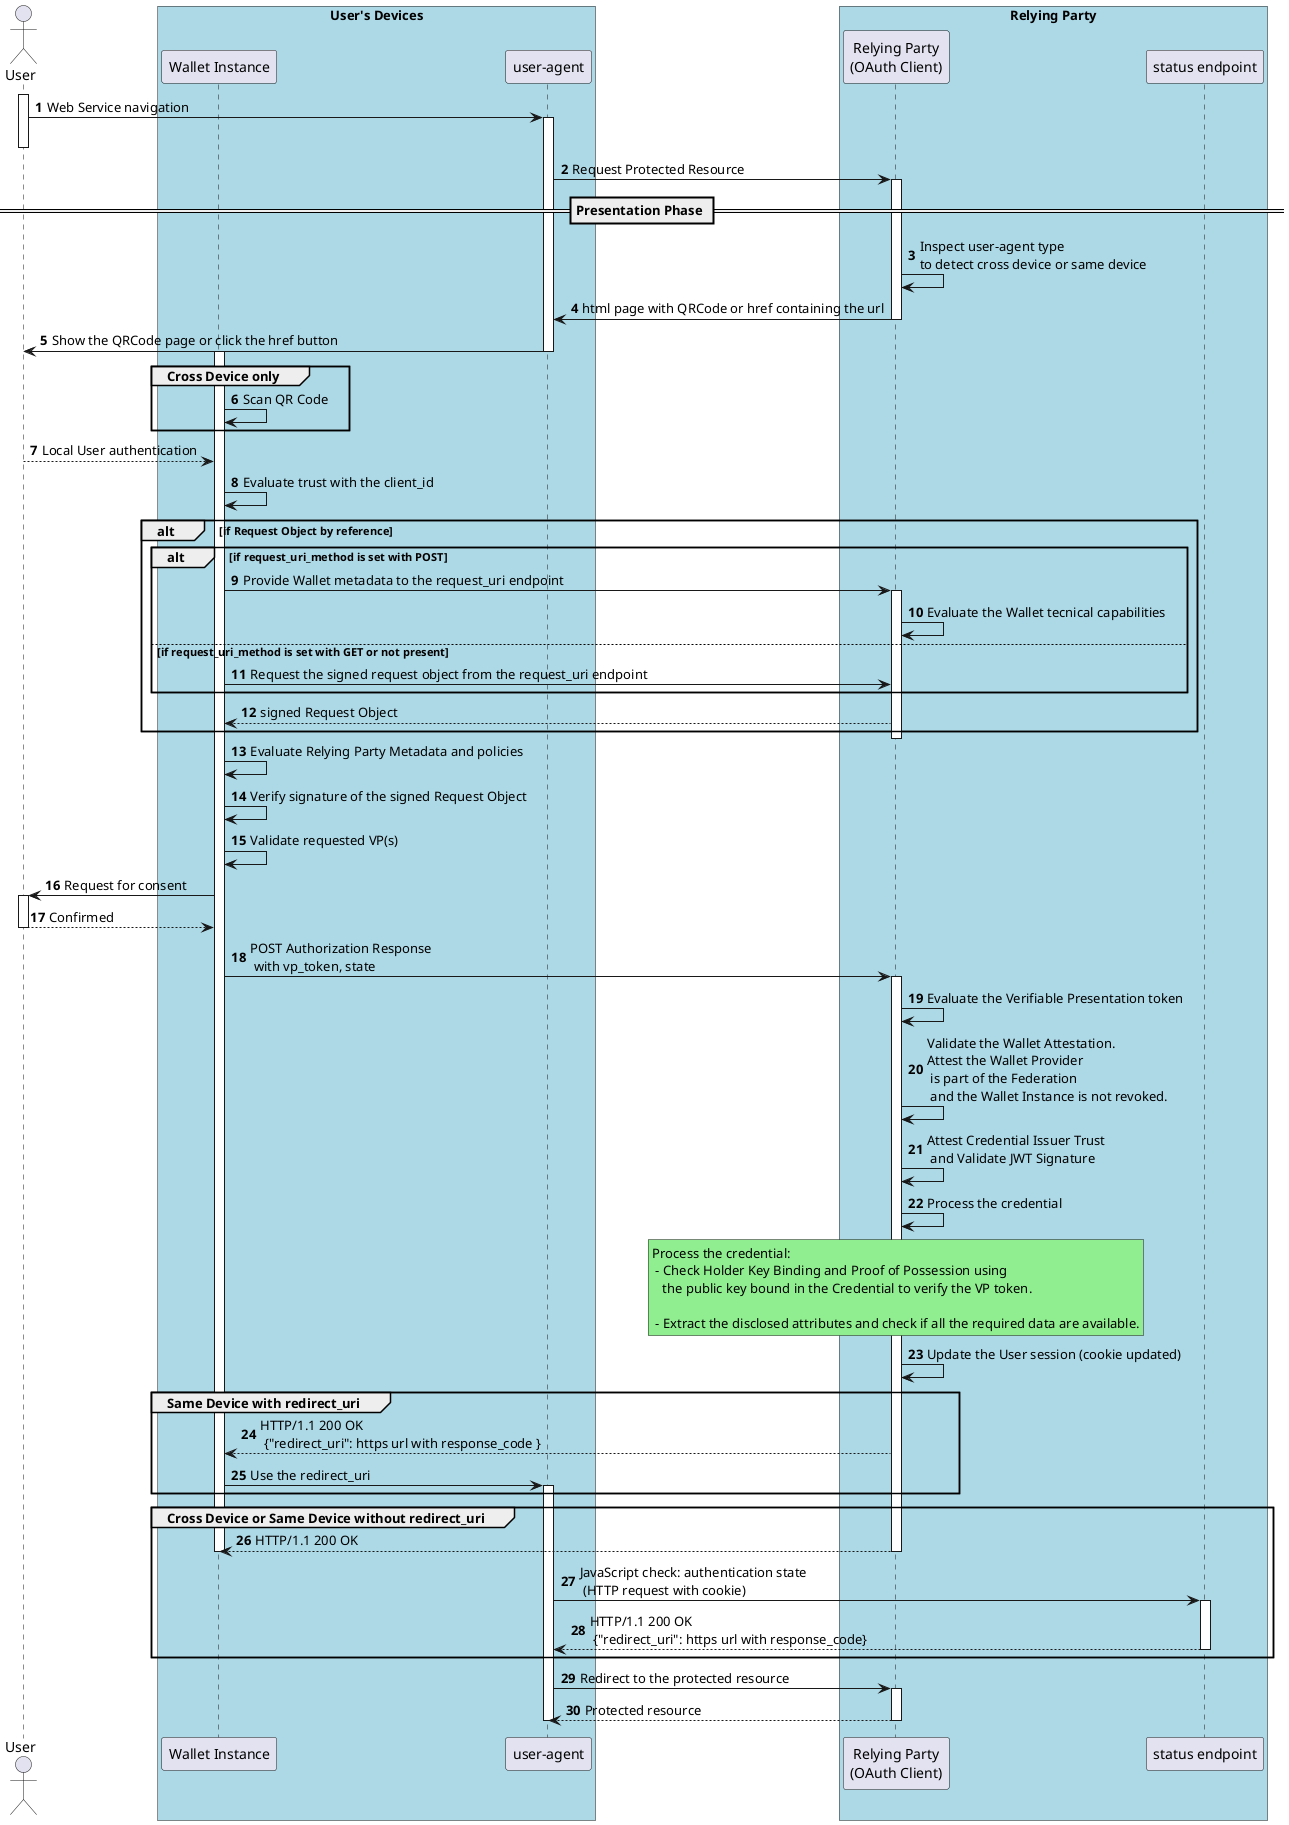
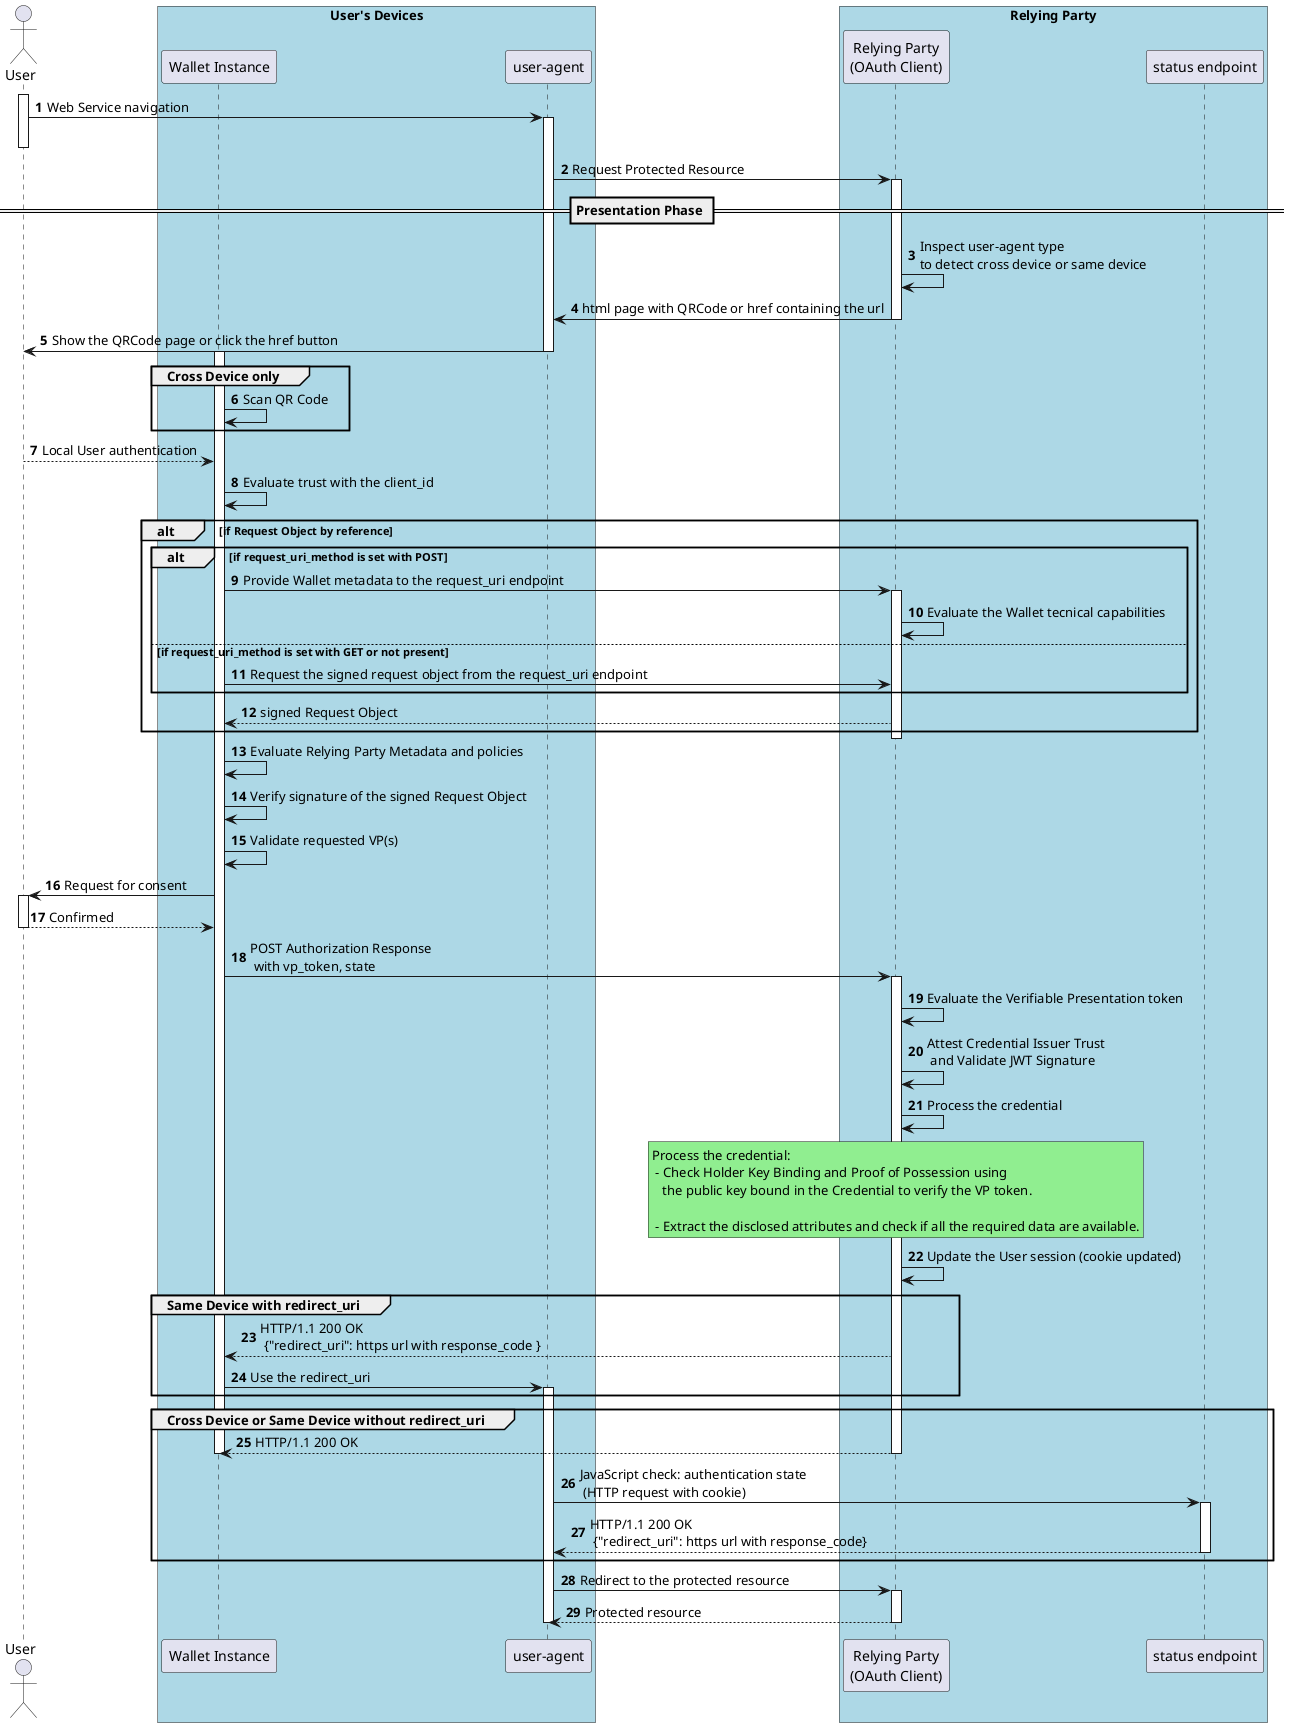
@startuml
autonumber


Actor "User" as u

box "User's Devices" #LightBlue
participant "Wallet Instance" as w
participant "user-agent" as ua
end box

box "Relying Party" #LightBlue
participant "Relying Party\n(OAuth Client)" as ve
participant "status endpoint" as se
end box



activate u
u -> ua: Web Service navigation
activate ua
deactivate u
ua -> ve: Request Protected Resource

== Presentation Phase ==
activate ve
ve -> ve: Inspect user-agent type\nto detect cross device or same device
ve -> ua: html page with QRCode or href containing the url
deactivate ve


ua -> u: Show the QRCode page or click the href button
deactivate ua
activate w

group Cross Device only
w -> w: Scan QR Code
end

u --> w: Local User authentication

w -> w: Evaluate trust with the client_id

alt if Request Object by reference
    alt if request_uri_method is set with POST
       w -> ve: Provide Wallet metadata to the request_uri endpoint
       activate ve
       ve -> ve: Evaluate the Wallet tecnical capabilities
   else if request_uri_method is set with GET or not present
       w -> ve: Request the signed request object from the request_uri endpoint
   end

   ve --> w: signed Request Object

end

deactivate ve


w -> w: Evaluate Relying Party Metadata and policies
w -> w: Verify signature of the signed Request Object
w -> w: Validate requested VP(s)
w -> u: Request for consent
activate u
u --> w: Confirmed
deactivate u
w -> ve: POST Authorization Response \n with vp_token, state
activate ve
ve -> ve: Evaluate the Verifiable Presentation token
- ve -> ve: Validate the Wallet Attestation. \nAttest the Wallet Provider\n is part of the Federation\n and the Wallet Instance is not revoked.
ve -> ve: Attest Credential Issuer Trust\n and Validate JWT Signature
ve -> ve: Process the credential

rnote over ve #LIGHTGREEN
Process the credential:
 - Check Holder Key Binding and Proof of Possession using
   the public key bound in the Credential to verify the VP token.

 - Extract the disclosed attributes and check if all the required data are available.
endrnote

ve -> ve: Update the User session (cookie updated)


group Same Device with redirect_uri
ve --> w: HTTP/1.1 200 OK\n {"redirect_uri": https url with response_code }
w -> ua: Use the redirect_uri
activate ua
end

group Cross Device or Same Device without redirect_uri
ve --> w: HTTP/1.1 200 OK
deactivate w
deactivate ve
ua -> se:  JavaScript check: authentication state \n (HTTP request with cookie)
activate se
se --> ua: HTTP/1.1 200 OK\n {"redirect_uri": https url with response_code}

deactivate se

end


ua -> ve: Redirect to the protected resource
activate ve
ve --> ua: Protected resource

deactivate ua
deactivate ve
- @enduml
+ @enduml